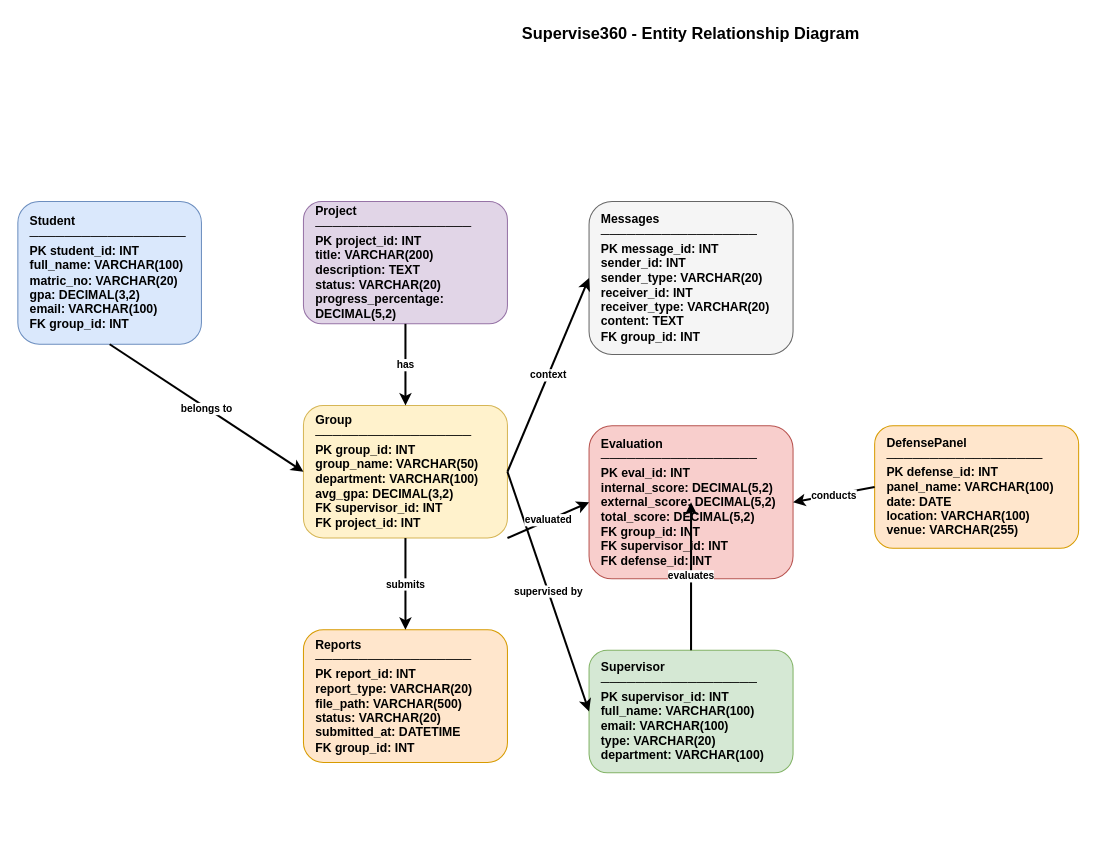
Chidera584/supervise360 keeps this draw.io diagram as diagrams/02-entity-relation-diagram.drawio. Above is the earlier version. Source tidied: cells renumbered, new cells numbered last; positions are measured from the earlier drawing's top-left corner, leaving out a move shared by most shapes. Both pictures are drawn from the tidied source at 102%, with x=0, y=0 at pixel (17, 17).
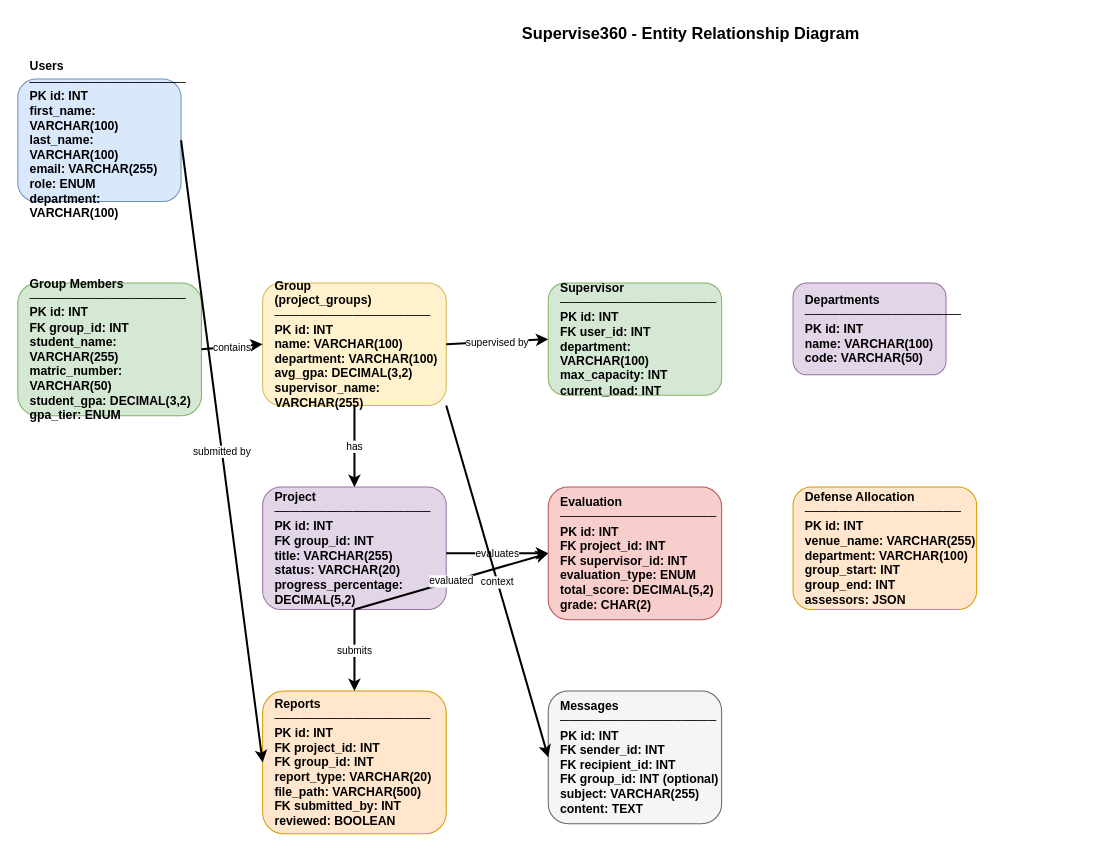
The same diagram, later.

What changed in the source:
```diff
@@
-    <mxCell id="2" value="Student&#10;──────────────────&#10;PK student_id: INT&#10;full_name: VARCHAR(100)&#10;matric_no: VARCHAR(20)&#10;gpa: DECIMAL(3,2)&#10;email: VARCHAR(100)&#10;FK group_id: INT" style="rounded=1;whiteSpace=wrap;html=1;fillColor=#dae8fc;strokeColor=#6c8ebf;align=left;spacingLeft=10;fontStyle=1;" parent="1" vertex="1">
-      <mxGeometry y="180" width="180" height="140" as="geometry" />
-    </mxCell>
+    <mxCell id="19" value="Users&#10;──────────────────&#10;PK id: INT&#10;first_name: VARCHAR(100)&#10;last_name: VARCHAR(100)&#10;email: VARCHAR(255)&#10;role: ENUM&#10;department: VARCHAR(100)" style="rounded=1;whiteSpace=wrap;html=1;fillColor=#dae8fc;strokeColor=#6c8ebf;align=left;spacingLeft=10;fontStyle=1;" parent="1" vertex="1">
+      <mxGeometry y="60" width="160" height="120" as="geometry" />
+    </mxCell>
+    <mxCell id="4" value="Group&#10;(project_groups)&#10;──────────────────&#10;PK id: INT&#10;name: VARCHAR(100)&#10;department: VARCHAR(100)&#10;avg_gpa: DECIMAL(3,2)&#10;supervisor_name: VARCHAR(255)" style="rounded=1;whiteSpace=wrap;html=1;fillColor=#fff2cc;strokeColor=#d6b656;align=left;spacingLeft=10;fontStyle=1;" parent="1" vertex="1">
+      <mxGeometry x="240" y="260" width="180" height="120" as="geometry" />
+    </mxCell>
+    <mxCell id="20" value="Group Members&#10;──────────────────&#10;PK id: INT&#10;FK group_id: INT&#10;student_name: VARCHAR(255)&#10;matric_number: VARCHAR(50)&#10;student_gpa: DECIMAL(3,2)&#10;gpa_tier: ENUM" style="rounded=1;whiteSpace=wrap;html=1;fillColor=#d5e8d4;strokeColor=#82b366;align=left;spacingLeft=10;fontStyle=1;" parent="1" vertex="1">
+      <mxGeometry y="260" width="180" height="130" as="geometry" />
+    </mxCell>
-    <mxCell id="3" value="Project&#10;──────────────────&#10;PK project_id: INT&#10;title: VARCHAR(200)&#10;description: TEXT&#10;status: VARCHAR(20)&#10;progress_percentage: DECIMAL(5,2)" style="rounded=1;whiteSpace=wrap;html=1;fillColor=#e1d5e7;strokeColor=#9673a6;align=left;spacingLeft=10;fontStyle=1;" parent="1" vertex="1">
-      <mxGeometry x="280" y="180" width="200" height="120" as="geometry" />
+    <mxCell id="3" value="Project&#10;──────────────────&#10;PK id: INT&#10;FK group_id: INT&#10;title: VARCHAR(255)&#10;status: VARCHAR(20)&#10;progress_percentage: DECIMAL(5,2)" style="rounded=1;whiteSpace=wrap;html=1;fillColor=#e1d5e7;strokeColor=#9673a6;align=left;spacingLeft=10;fontStyle=1;" parent="1" vertex="1">
+      <mxGeometry x="240" y="460" width="180" height="120" as="geometry" />
     </mxCell>
-    <mxCell id="4" value="Group&#10;──────────────────&#10;PK group_id: INT&#10;group_name: VARCHAR(50)&#10;department: VARCHAR(100)&#10;avg_gpa: DECIMAL(3,2)&#10;FK supervisor_id: INT&#10;FK project_id: INT" style="rounded=1;whiteSpace=wrap;html=1;fillColor=#fff2cc;strokeColor=#d6b656;align=left;spacingLeft=10;fontStyle=1;" parent="1" vertex="1">
-      <mxGeometry x="280" y="380" width="200" height="130" as="geometry" />
-    </mxCell>
-    <mxCell id="5" value="Reports&#10;──────────────────&#10;PK report_id: INT&#10;report_type: VARCHAR(20)&#10;file_path: VARCHAR(500)&#10;status: VARCHAR(20)&#10;submitted_at: DATETIME&#10;FK group_id: INT" style="rounded=1;whiteSpace=wrap;html=1;fillColor=#ffe6cc;strokeColor=#d79b00;align=left;spacingLeft=10;fontStyle=1;" parent="1" vertex="1">
-      <mxGeometry x="280" y="600" width="200" height="130" as="geometry" />
+    <mxCell id="5" value="Reports&#10;──────────────────&#10;PK id: INT&#10;FK project_id: INT&#10;FK group_id: INT&#10;report_type: VARCHAR(20)&#10;file_path: VARCHAR(500)&#10;FK submitted_by: INT&#10;reviewed: BOOLEAN" style="rounded=1;whiteSpace=wrap;html=1;fillColor=#ffe6cc;strokeColor=#d79b00;align=left;spacingLeft=10;fontStyle=1;" parent="1" vertex="1">
+      <mxGeometry x="240" y="660" width="180" height="140" as="geometry" />
     </mxCell>
+    <mxCell id="8" value="Supervisor&#10;──────────────────&#10;PK id: INT&#10;FK user_id: INT&#10;department: VARCHAR(100)&#10;max_capacity: INT&#10;current_load: INT" style="rounded=1;whiteSpace=wrap;html=1;fillColor=#d5e8d4;strokeColor=#82b366;align=left;spacingLeft=10;fontStyle=1;" parent="1" vertex="1">
+      <mxGeometry x="520" y="260" width="170" height="110" as="geometry" />
+    </mxCell>
+    <mxCell id="7" value="Evaluation&#10;──────────────────&#10;PK id: INT&#10;FK project_id: INT&#10;FK supervisor_id: INT&#10;evaluation_type: ENUM&#10;total_score: DECIMAL(5,2)&#10;grade: CHAR(2)" style="rounded=1;whiteSpace=wrap;html=1;fillColor=#f8cecc;strokeColor=#b85450;align=left;spacingLeft=10;fontStyle=1;" parent="1" vertex="1">
+      <mxGeometry x="520" y="460" width="170" height="130" as="geometry" />
+    </mxCell>
-    <mxCell id="6" value="Messages&#10;──────────────────&#10;PK message_id: INT&#10;sender_id: INT&#10;sender_type: VARCHAR(20)&#10;receiver_id: INT&#10;receiver_type: VARCHAR(20)&#10;content: TEXT&#10;FK group_id: INT" style="rounded=1;whiteSpace=wrap;html=1;fillColor=#f5f5f5;strokeColor=#666666;align=left;spacingLeft=10;fontStyle=1;" parent="1" vertex="1">
-      <mxGeometry x="560" y="180" width="200" height="150" as="geometry" />
+    <mxCell id="6" value="Messages&#10;──────────────────&#10;PK id: INT&#10;FK sender_id: INT&#10;FK recipient_id: INT&#10;FK group_id: INT (optional)&#10;subject: VARCHAR(255)&#10;content: TEXT" style="rounded=1;whiteSpace=wrap;html=1;fillColor=#f5f5f5;strokeColor=#666666;align=left;spacingLeft=10;fontStyle=1;" parent="1" vertex="1">
+      <mxGeometry x="520" y="660" width="170" height="130" as="geometry" />
     </mxCell>
-    <mxCell id="7" value="Evaluation&#10;──────────────────&#10;PK eval_id: INT&#10;internal_score: DECIMAL(5,2)&#10;external_score: DECIMAL(5,2)&#10;total_score: DECIMAL(5,2)&#10;FK group_id: INT&#10;FK supervisor_id: INT&#10;FK defense_id: INT" style="rounded=1;whiteSpace=wrap;html=1;fillColor=#f8cecc;strokeColor=#b85450;align=left;spacingLeft=10;fontStyle=1;" parent="1" vertex="1">
-      <mxGeometry x="560" y="400" width="200" height="150" as="geometry" />
-    </mxCell>
-    <mxCell id="8" value="Supervisor&#10;──────────────────&#10;PK supervisor_id: INT&#10;full_name: VARCHAR(100)&#10;email: VARCHAR(100)&#10;type: VARCHAR(20)&#10;department: VARCHAR(100)" style="rounded=1;whiteSpace=wrap;html=1;fillColor=#d5e8d4;strokeColor=#82b366;align=left;spacingLeft=10;fontStyle=1;" parent="1" vertex="1">
-      <mxGeometry x="560" y="620" width="200" height="120" as="geometry" />
-    </mxCell>
-    <mxCell id="9" value="DefensePanel&#10;──────────────────&#10;PK defense_id: INT&#10;panel_name: VARCHAR(100)&#10;date: DATE&#10;location: VARCHAR(100)&#10;venue: VARCHAR(255)" style="rounded=1;whiteSpace=wrap;html=1;fillColor=#ffe6cc;strokeColor=#d79b00;align=left;spacingLeft=10;fontStyle=1;" parent="1" vertex="1">
-      <mxGeometry x="840" y="400" width="200" height="120" as="geometry" />
+    <mxCell id="9" value="Defense Allocation&#10;──────────────────&#10;PK id: INT&#10;venue_name: VARCHAR(255)&#10;department: VARCHAR(100)&#10;group_start: INT&#10;group_end: INT&#10;assessors: JSON" style="rounded=1;whiteSpace=wrap;html=1;fillColor=#ffe6cc;strokeColor=#d79b00;align=left;spacingLeft=10;fontStyle=1;" parent="1" vertex="1">
+      <mxGeometry x="760" y="460" width="180" height="120" as="geometry" />
     </mxCell>
+    <mxCell id="21" value="Departments&#10;──────────────────&#10;PK id: INT&#10;name: VARCHAR(100)&#10;code: VARCHAR(50)" style="rounded=1;whiteSpace=wrap;html=1;fillColor=#e1d5e7;strokeColor=#9673a6;align=left;spacingLeft=10;fontStyle=1;" parent="1" vertex="1">
+      <mxGeometry x="760" y="260" width="150" height="90" as="geometry" />
+    </mxCell>
-    <mxCell id="10" value="belongs to" style="endArrow=classic;html=1;rounded=0;strokeWidth=2;fontStyle=1;fontSize=10;" parent="1" edge="1">
+    <mxCell id="10" value="contains" style="endArrow=classic;html=1;rounded=0;strokeWidth=2;fontSize=10;" parent="1" edge="1">
       <mxGeometry relative="1" as="geometry">
-        <mxPoint x="90" y="320" as="sourcePoint" />
-        <mxPoint x="280" y="445" as="targetPoint" />
+        <mxPoint x="180" y="325" as="sourcePoint" />
+        <mxPoint x="240" y="320" as="targetPoint" />
       </mxGeometry>
     </mxCell>
-    <mxCell id="11" value="has" style="endArrow=classic;html=1;rounded=0;strokeWidth=2;fontStyle=1;fontSize=10;" parent="1" edge="1">
+    <mxCell id="11" value="has" style="endArrow=classic;html=1;rounded=0;strokeWidth=2;fontSize=10;" parent="1" edge="1">
       <mxGeometry relative="1" as="geometry">
-        <mxPoint x="380" y="300" as="sourcePoint" />
-        <mxPoint x="380" y="380" as="targetPoint" />
+        <mxPoint x="330" y="380" as="sourcePoint" />
+        <mxPoint x="330" y="460" as="targetPoint" />
       </mxGeometry>
     </mxCell>
-    <mxCell id="12" value="submits" style="endArrow=classic;html=1;rounded=0;strokeWidth=2;fontStyle=1;fontSize=10;" parent="1" edge="1">
+    <mxCell id="12" value="submits" style="endArrow=classic;html=1;rounded=0;strokeWidth=2;fontSize=10;" parent="1" edge="1">
       <mxGeometry relative="1" as="geometry">
-        <mxPoint x="380" y="510" as="sourcePoint" />
-        <mxPoint x="380" y="600" as="targetPoint" />
+        <mxPoint x="330" y="580" as="sourcePoint" />
+        <mxPoint x="330" y="660" as="targetPoint" />
       </mxGeometry>
     </mxCell>
-    <mxCell id="13" value="supervised by" style="endArrow=classic;html=1;rounded=0;strokeWidth=2;fontStyle=1;fontSize=10;" parent="1" edge="1">
+    <mxCell id="13" value="supervised by" style="endArrow=classic;html=1;rounded=0;strokeWidth=2;fontSize=10;" parent="1" edge="1">
       <mxGeometry relative="1" as="geometry">
-        <mxPoint x="480" y="445" as="sourcePoint" />
-        <mxPoint x="560" y="680" as="targetPoint" />
+        <mxPoint x="420" y="320" as="sourcePoint" />
+        <mxPoint x="520" y="315" as="targetPoint" />
       </mxGeometry>
     </mxCell>
-    <mxCell id="14" value="context" style="endArrow=classic;html=1;rounded=0;strokeWidth=2;fontStyle=1;fontSize=10;" parent="1" edge="1">
+    <mxCell id="14" value="evaluates" style="endArrow=classic;html=1;rounded=0;strokeWidth=2;fontSize=10;" parent="1" edge="1">
       <mxGeometry relative="1" as="geometry">
-        <mxPoint x="480" y="445" as="sourcePoint" />
-        <mxPoint x="560" y="255" as="targetPoint" />
+        <mxPoint x="420" y="525" as="sourcePoint" />
+        <mxPoint x="520" y="525" as="targetPoint" />
       </mxGeometry>
     </mxCell>
-    <mxCell id="15" value="evaluated" style="endArrow=classic;html=1;rounded=0;strokeWidth=2;fontStyle=1;fontSize=10;" parent="1" edge="1">
+    <mxCell id="15" value="evaluated" style="endArrow=classic;html=1;rounded=0;strokeWidth=2;fontSize=10;" parent="1" edge="1">
       <mxGeometry relative="1" as="geometry">
-        <mxPoint x="480" y="510" as="sourcePoint" />
-        <mxPoint x="560" y="475" as="targetPoint" />
+        <mxPoint x="330" y="580" as="sourcePoint" />
+        <mxPoint x="520" y="525" as="targetPoint" />
       </mxGeometry>
     </mxCell>
-    <mxCell id="16" value="evaluates" style="endArrow=classic;html=1;rounded=0;strokeWidth=2;fontStyle=1;fontSize=10;" parent="1" edge="1">
+    <mxCell id="16" value="context" style="endArrow=classic;html=1;rounded=0;strokeWidth=2;fontSize=10;" parent="1" edge="1">
       <mxGeometry relative="1" as="geometry">
-        <mxPoint x="660" y="620" as="sourcePoint" />
-        <mxPoint x="660" y="475" as="targetPoint" />
+        <mxPoint x="420" y="380" as="sourcePoint" />
+        <mxPoint x="520" y="725" as="targetPoint" />
       </mxGeometry>
     </mxCell>
-    <mxCell id="17" value="conducts" style="endArrow=classic;html=1;rounded=0;strokeWidth=2;fontStyle=1;fontSize=10;" parent="1" edge="1">
+    <mxCell id="17" value="submitted by" style="endArrow=classic;html=1;rounded=0;strokeWidth=2;fontSize=10;" parent="1" edge="1">
       <mxGeometry relative="1" as="geometry">
-        <mxPoint x="840" y="460" as="sourcePoint" />
-        <mxPoint x="760" y="475" as="targetPoint" />
+        <mxPoint x="160" y="120" as="sourcePoint" />
+        <mxPoint x="240" y="730" as="targetPoint" />
       </mxGeometry>
     </mxCell>
```
